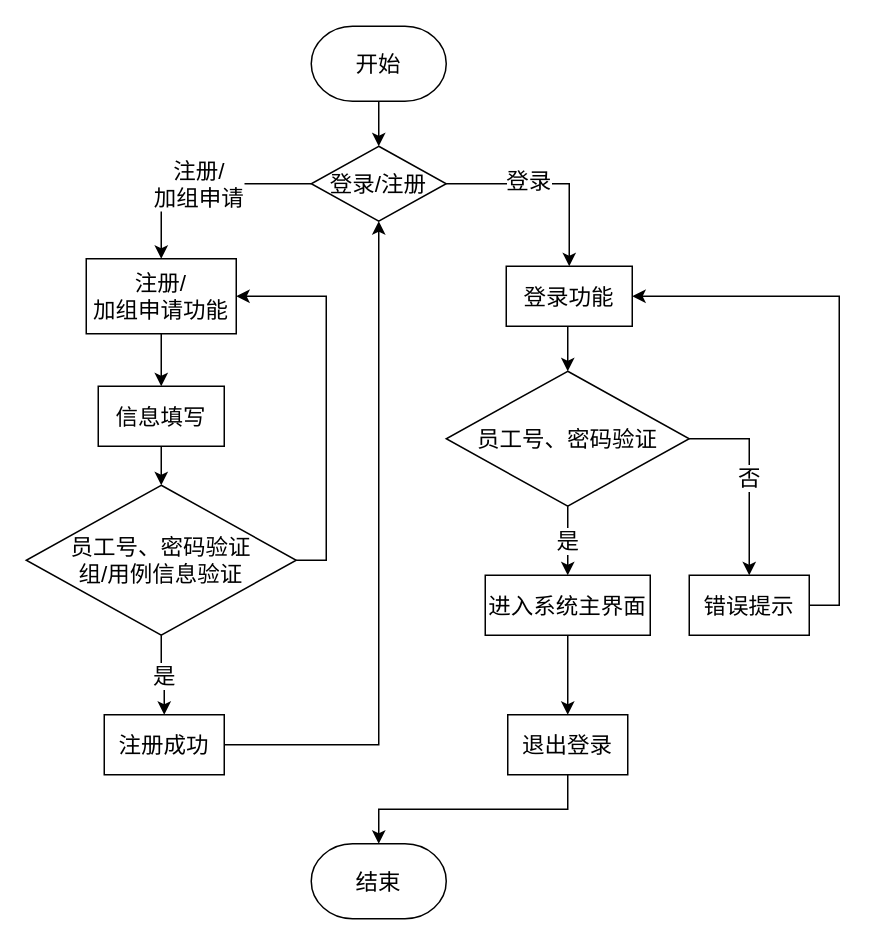
Before: 登录流程图.drawio in Sequin-hdd/COINFO, a draw.io diagram. Source tidied: cells renumbered, new cells numbered last; positions are measured from the earlier drawing's top-left corner, leaving out a move shared by most shapes. Both pictures are drawn from the tidied source at 150%, with x=0, y=0 at pixel (26, 26).
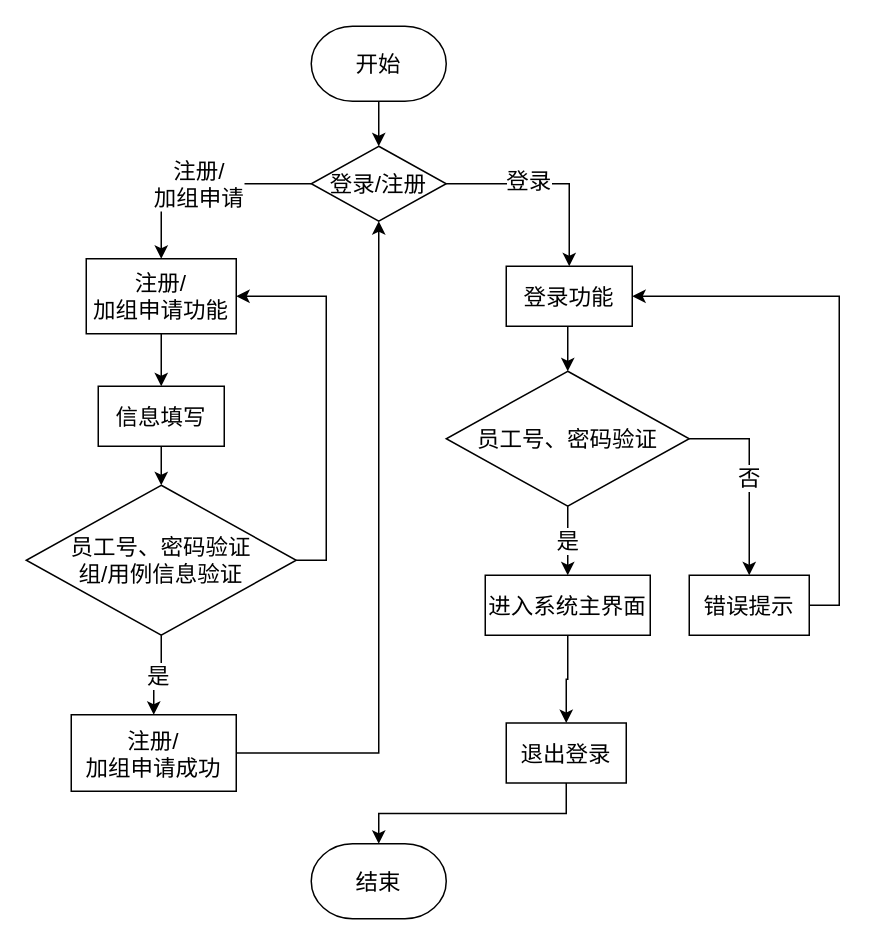
The same page after the edit.

Commit message (it also covers changes not shown here):
更新登录流程图.drawio

The edit, as a diff of the source:
```diff
@@
-    <mxCell id="25" value="&lt;font style=&quot;font-size: 15px&quot;&gt;注册成功&lt;/font&gt;" style="rounded=0;whiteSpace=wrap;html=1;" parent="1" vertex="1">
-      <mxGeometry x="52" y="459" width="80" height="40" as="geometry" />
+    <mxCell id="25" value="&lt;font style=&quot;font-size: 15px&quot;&gt;注册/&lt;br&gt;加组申请成功&lt;/font&gt;" style="rounded=0;whiteSpace=wrap;html=1;" parent="1" vertex="1">
+      <mxGeometry x="30" y="459" width="110" height="51" as="geometry" />
     </mxCell>
@@
     <mxCell id="27" value="&lt;font style=&quot;font-size: 15px&quot;&gt;退出登录&lt;/font&gt;" style="rounded=0;whiteSpace=wrap;html=1;" parent="1" vertex="1">
-      <mxGeometry x="321" y="459" width="80" height="40" as="geometry" />
+      <mxGeometry x="320" y="464.5" width="80" height="40" as="geometry" />
     </mxCell>
```
